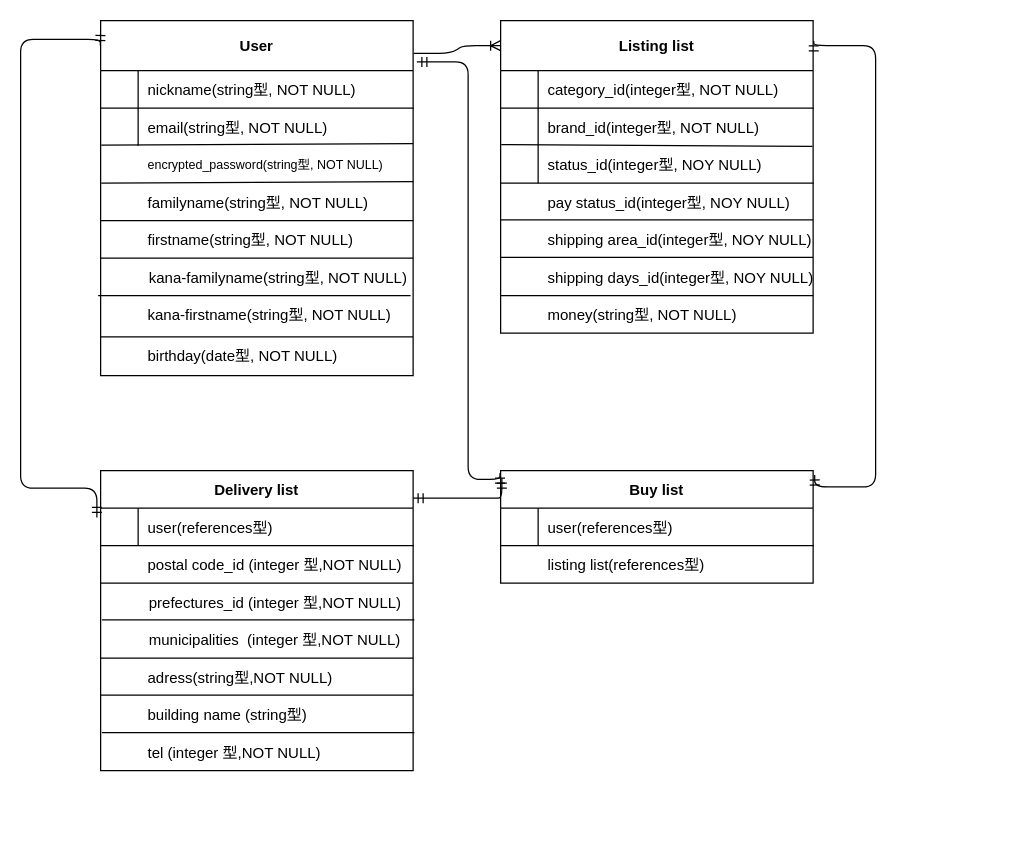
The draw.io diagram 名称未設定ファイル.drawio in Re-OKMT/furima-34736, before the edit. Source tidied: cells renumbered, new cells numbered last; positions are measured from the earlier drawing's top-left corner, leaving out a move shared by most shapes. Both pictures are drawn from the tidied source at 125%, with x=0, y=0 at pixel (20, 20).
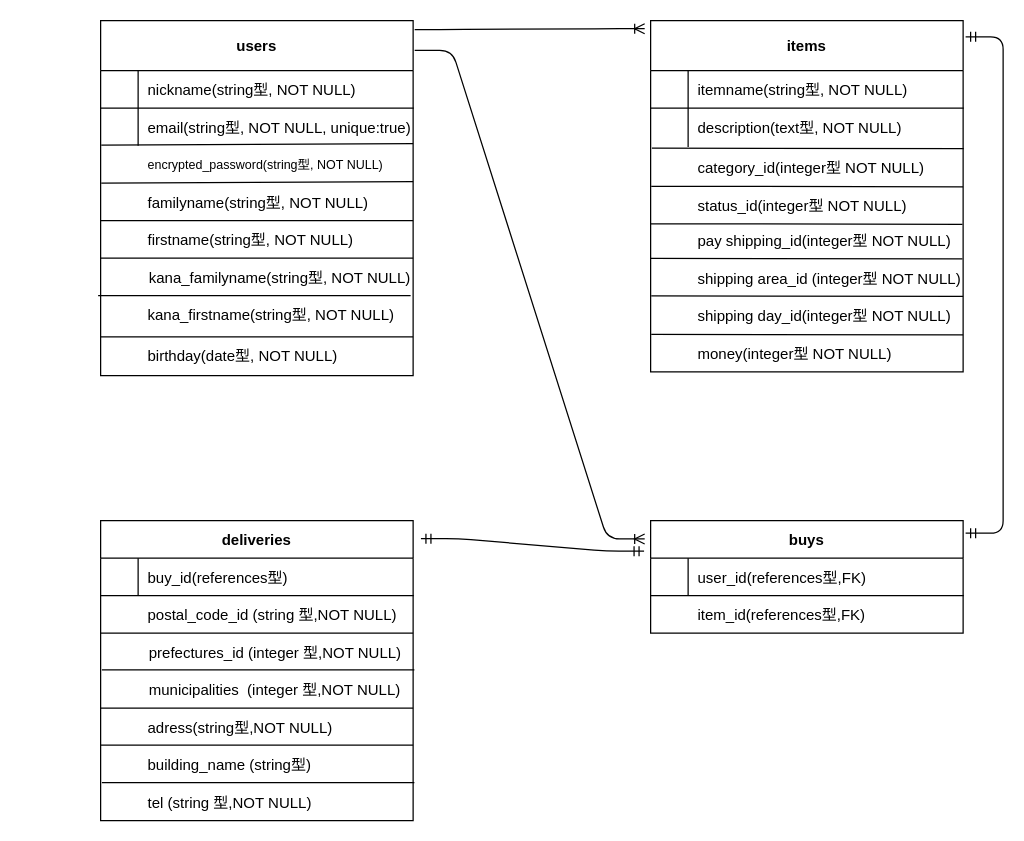
The same diagram, later.

Commit message:
名称未設定ファイル.drawio を更新します

The change refers to these unchanged cells:
```xml
<mxCell id="15" style="shape=partialRectangle;fillColor=none;points=[[0,0.5],[1,0.5]];portConstraint=eastwest;top=0;left=0;right=0;bottom=1;fontStyle=0;" parent="14" vertex="1">
  <mxGeometry y="30" width="250" height="30" as="geometry" />
</mxCell>
<mxCell id="22" style="shape=partialRectangle;fillColor=none;top=0;left=0;right=0;bottom=0;fontStyle=0;" parent="18" vertex="1">
  <mxGeometry y="70" width="250" height="30" as="geometry" />
</mxCell>
```

Diff of the diagram source:
```diff
@@
-    <mxCell id="2" value="Listing list" style="shape=table;startSize=40;childLayout=tableLayout;rowLines=0;fontStyle=1;align=center;" parent="1" vertex="1">
-      <mxGeometry x="384" width="250" height="250" as="geometry" />
-    </mxCell>
-    <mxCell id="3" style="shape=partialRectangle;fillColor=none;top=0;left=0;right=0;bottom=1;" parent="2" vertex="1">
-      <mxGeometry y="40" width="250" height="30" as="geometry" />
-    </mxCell>
-    <mxCell id="4" style="shape=partialRectangle;overflow=hidden;fillColor=none;top=0;left=0;bottom=0;right=0;fontStyle=1;" parent="3" vertex="1">
-      <mxGeometry width="30" height="30" as="geometry" />
-    </mxCell>
-    <mxCell id="5" value="category_id(integer型, NOT NULL)" style="shape=partialRectangle;overflow=hidden;fillColor=none;top=0;left=0;bottom=0;right=0;align=left;spacingLeft=6;fontStyle=0;" parent="3" vertex="1">
-      <mxGeometry x="30" width="220" height="30" as="geometry" />
-    </mxCell>
-    <mxCell id="6" style="shape=partialRectangle;fillColor=none;top=0;left=0;right=0;bottom=0;" parent="2" vertex="1">
-      <mxGeometry y="70" width="250" height="30" as="geometry" />
-    </mxCell>
-    <mxCell id="7" style="shape=partialRectangle;overflow=hidden;fillColor=none;top=0;left=0;bottom=0;right=0;" parent="6" vertex="1">
-      <mxGeometry width="30" height="30" as="geometry" />
-    </mxCell>
-    <mxCell id="8" style="shape=partialRectangle;overflow=hidden;fillColor=none;top=0;left=0;bottom=0;right=0;align=left;spacingLeft=6;" parent="6" vertex="1">
-      <mxGeometry x="30" width="220" height="30" as="geometry" />
-    </mxCell>
-    <mxCell id="9" style="endArrow=none;html=1;entryX=0.998;entryY=0.018;entryDx=0;entryDy=0;entryPerimeter=0;exitX=0.002;exitY=-0.028;exitDx=0;exitDy=0;exitPerimeter=0;" parent="2" edge="1" source="11" target="11">
-      <mxGeometry relative="1" as="geometry" />
-    </mxCell>
-    <mxCell id="10" style="endArrow=none;html=1;" parent="2" edge="1">
-      <mxGeometry relative="1" as="geometry">
-        <mxPoint x="-0.5" y="130" as="sourcePoint" />
-        <mxPoint x="250.5" y="130" as="targetPoint" />
-      </mxGeometry>
-    </mxCell>
-    <mxCell id="11" style="shape=partialRectangle;fillColor=none;points=[[0,0.5],[1,0.5]];portConstraint=eastwest;top=0;left=0;right=0;bottom=0;" parent="2" vertex="1">
-      <mxGeometry y="100" width="250" height="30" as="geometry" />
-    </mxCell>
-    <mxCell id="12" style="shape=partialRectangle;overflow=hidden;fillColor=none;top=0;left=0;bottom=0;right=0;" parent="11" vertex="1">
-      <mxGeometry width="30" height="30" as="geometry" />
-    </mxCell>
-    <mxCell id="13" value="status_id(integer型, NOY NULL)" style="shape=partialRectangle;overflow=hidden;fillColor=none;top=0;left=0;bottom=0;right=0;align=left;spacingLeft=6;" parent="11" vertex="1">
-      <mxGeometry x="30" width="220" height="30" as="geometry" />
-    </mxCell>
-    <mxCell id="14" value="Buy list" style="shape=table;startSize=30;childLayout=tableLayout;rowLines=0;fontStyle=1;align=center;" parent="1" vertex="1">
-      <mxGeometry x="384" y="360" width="250" height="90" as="geometry" />
+    <mxCell id="14" value="buys" style="shape=table;startSize=30;childLayout=tableLayout;rowLines=0;fontStyle=1;align=center;" parent="1" vertex="1">
+      <mxGeometry x="504" y="400" width="250" height="90" as="geometry" />
     </mxCell>
@@
-    <mxCell id="17" value="user(references型)" style="shape=partialRectangle;overflow=hidden;fillColor=none;top=0;left=0;bottom=0;right=0;align=left;spacingLeft=6;fontStyle=0;" parent="15" vertex="1">
+    <mxCell id="17" value="user_id(references型,FK)" style="shape=partialRectangle;overflow=hidden;fillColor=none;top=0;left=0;bottom=0;right=0;align=left;spacingLeft=6;fontStyle=0;" parent="15" vertex="1">
       <mxGeometry x="30" width="220" height="30" as="geometry" />
     </mxCell>
-    <mxCell id="18" value="User" style="shape=table;startSize=40;childLayout=tableLayout;rowLines=0;fontStyle=1;align=center;" parent="1" vertex="1">
+    <mxCell id="18" value="users" style="shape=table;startSize=40;childLayout=tableLayout;rowLines=0;fontStyle=1;align=center;" parent="1" vertex="1">
       <mxGeometry x="64" width="250" height="284" as="geometry" />
     </mxCell>
@@
-    <mxCell id="24" value="email(string型, NOT NULL)" style="shape=partialRectangle;overflow=hidden;fillColor=none;top=0;left=0;bottom=0;right=0;align=left;spacingLeft=6;fontStyle=0;" parent="22" vertex="1">
+    <mxCell id="24" value="email(string型, NOT NULL, unique:true)" style="shape=partialRectangle;overflow=hidden;fillColor=none;top=0;left=0;bottom=0;right=0;align=left;spacingLeft=6;fontStyle=0;" parent="22" vertex="1">
       <mxGeometry x="30" width="220" height="30" as="geometry" />
     </mxCell>
@@
-    <mxCell id="34" value="brand_id(integer型, NOT NULL)" style="shape=partialRectangle;overflow=hidden;fillColor=none;top=0;left=0;bottom=0;right=0;align=left;spacingLeft=6;" parent="1" vertex="1">
-      <mxGeometry x="414" y="70" width="220" height="30" as="geometry" />
-    </mxCell>
-    <mxCell id="35" style="endArrow=none;html=1;" parent="1" edge="1">
-      <mxGeometry relative="1" as="geometry">
-        <mxPoint x="384" y="159.4" as="sourcePoint" />
-        <mxPoint x="634" y="159.4" as="targetPoint" />
-      </mxGeometry>
-    </mxCell>
-    <mxCell id="36" value="money(string型, NOT NULL)" style="shape=partialRectangle;overflow=hidden;fillColor=none;top=0;left=0;bottom=0;right=0;align=left;spacingLeft=6;" parent="1" vertex="1">
-      <mxGeometry x="414" y="220" width="220" height="30" as="geometry" />
-    </mxCell>
-    <mxCell id="37" style="endArrow=none;html=1;" parent="1" edge="1">
-      <mxGeometry relative="1" as="geometry">
-        <mxPoint x="384" y="189.4" as="sourcePoint" />
-        <mxPoint x="634" y="189.4" as="targetPoint" />
-      </mxGeometry>
-    </mxCell>
-    <mxCell id="38" style="edgeStyle=entityRelationEdgeStyle;fontSize=12;html=1;endArrow=ERoneToMany;exitX=1.002;exitY=0.092;exitDx=0;exitDy=0;exitPerimeter=0;" parent="1" edge="1" source="18">
-      <mxGeometry relative="1" as="geometry">
-        <mxPoint x="384" y="20" as="targetPoint" />
-      </mxGeometry>
-    </mxCell>
-    <mxCell id="39" style="endArrow=none;html=1;" parent="1" edge="1">
-      <mxGeometry relative="1" as="geometry">
-        <mxPoint x="384" y="220" as="sourcePoint" />
-        <mxPoint x="634" y="220" as="targetPoint" />
-      </mxGeometry>
-    </mxCell>
-    <mxCell id="40" style="edgeStyle=orthogonalEdgeStyle;fontSize=12;html=1;endArrow=ERmandOne;startArrow=ERmandOne;entryX=1.002;entryY=0.065;entryDx=0;entryDy=0;entryPerimeter=0;exitX=1.005;exitY=0.039;exitDx=0;exitDy=0;exitPerimeter=0;" parent="1" edge="1" source="14" target="2">
-      <mxGeometry relative="1" as="geometry">
-        <Array as="points">
-          <mxPoint x="684" y="373" />
-          <mxPoint x="684" y="20" />
-        </Array>
-      </mxGeometry>
-    </mxCell>
-    <mxCell id="41" value="Delivery list" style="shape=table;startSize=30;childLayout=tableLayout;rowLines=0;fontStyle=1;align=center;" parent="1" vertex="1">
-      <mxGeometry x="64" y="360" width="250" height="240" as="geometry" />
+    <mxCell id="41" value="deliveries" style="shape=table;startSize=30;childLayout=tableLayout;rowLines=0;fontStyle=1;align=center;" parent="1" vertex="1">
+      <mxGeometry x="64" y="400" width="250" height="240" as="geometry" />
     </mxCell>
@@
-    <mxCell id="45" style="edgeStyle=orthogonalEdgeStyle;fontSize=12;html=1;endArrow=ERmandOne;startArrow=ERmandOne;entryX=0.004;entryY=0.067;entryDx=0;entryDy=0;entryPerimeter=0;" parent="1" edge="1" target="14">
-      <mxGeometry relative="1" as="geometry">
-        <mxPoint x="314" y="382" as="sourcePoint" />
-        <Array as="points">
-          <mxPoint x="374" y="382" />
-          <mxPoint x="374" y="382" />
-        </Array>
-      </mxGeometry>
-    </mxCell>
-    <mxCell id="46" style="edgeStyle=orthogonalEdgeStyle;fontSize=12;html=1;endArrow=ERmandOne;startArrow=ERmandOne;entryX=-0.012;entryY=0.156;entryDx=0;entryDy=0;entryPerimeter=0;exitX=-0.001;exitY=0.07;exitDx=0;exitDy=0;exitPerimeter=0;" parent="1" edge="1" source="18" target="41">
-      <mxGeometry relative="1" as="geometry">
-        <Array as="points">
-          <mxPoint y="15" />
-          <mxPoint y="374" />
-        </Array>
-      </mxGeometry>
-    </mxCell>
-    <mxCell id="47" style="edgeStyle=orthogonalEdgeStyle;fontSize=12;html=1;endArrow=ERmandOne;startArrow=ERmandOne;entryX=-0.002;entryY=0.022;entryDx=0;entryDy=0;entryPerimeter=0;" parent="1" edge="1" target="14">
-      <mxGeometry relative="1" as="geometry">
-        <mxPoint x="317" y="33" as="sourcePoint" />
-        <Array as="points">
-          <mxPoint x="358" y="33" />
-          <mxPoint x="358" y="367" />
-        </Array>
-      </mxGeometry>
-    </mxCell>
-    <mxCell id="48" value="user(references型)" style="shape=partialRectangle;overflow=hidden;fillColor=none;top=0;left=0;bottom=0;right=0;align=left;spacingLeft=6;fontStyle=0;" parent="1" vertex="1">
-      <mxGeometry x="94" y="390" width="220" height="30" as="geometry" />
+    <mxCell id="48" value="buy_id(references型)" style="shape=partialRectangle;overflow=hidden;fillColor=none;top=0;left=0;bottom=0;right=0;align=left;spacingLeft=6;fontStyle=0;" parent="1" vertex="1">
+      <mxGeometry x="94" y="430" width="220" height="30" as="geometry" />
     </mxCell>
     <mxCell id="49" value="adress(string型,NOT NULL)" style="shape=partialRectangle;overflow=hidden;fillColor=none;top=0;left=0;bottom=0;right=0;align=left;spacingLeft=6;fontSize=12;fontStyle=0;" parent="1" vertex="1">
-      <mxGeometry x="94" y="510" width="220" height="30" as="geometry" />
+      <mxGeometry x="94" y="550" width="220" height="30" as="geometry" />
     </mxCell>
-    <mxCell id="50" value="kana-firstname(string型, NOT NULL)" style="shape=partialRectangle;overflow=hidden;fillColor=none;top=0;left=0;bottom=0;right=0;align=left;spacingLeft=6;fontStyle=0;" parent="1" vertex="1">
+    <mxCell id="50" value="kana_firstname(string型, NOT NULL)" style="shape=partialRectangle;overflow=hidden;fillColor=none;top=0;left=0;bottom=0;right=0;align=left;spacingLeft=6;fontStyle=0;" parent="1" vertex="1">
       <mxGeometry x="94" y="220" width="220" height="30" as="geometry" />
     </mxCell>
@@
-    <mxCell id="52" value="kana-familyname(string型, NOT NULL)" style="shape=partialRectangle;overflow=hidden;fillColor=none;top=0;left=0;bottom=0;right=0;align=left;spacingLeft=6;fontStyle=0;" parent="1" vertex="1">
+    <mxCell id="52" value="kana_familyname(string型, NOT NULL)" style="shape=partialRectangle;overflow=hidden;fillColor=none;top=0;left=0;bottom=0;right=0;align=left;spacingLeft=6;fontStyle=0;" parent="1" vertex="1">
       <mxGeometry x="95" y="190" width="220" height="30" as="geometry" />
     </mxCell>
@@
     <mxCell id="54" style="endArrow=none;html=1;fontSize=12;fontStyle=0;" parent="1" edge="1">
       <mxGeometry relative="1" as="geometry">
-        <mxPoint x="64" y="450" as="sourcePoint" />
-        <mxPoint x="314" y="450" as="targetPoint" />
+        <mxPoint x="64" y="490" as="sourcePoint" />
+        <mxPoint x="314" y="490" as="targetPoint" />
       </mxGeometry>
     </mxCell>
-    <mxCell id="55" value="postal code_id (integer  型,NOT NULL)" style="shape=partialRectangle;overflow=hidden;fillColor=none;top=0;left=0;bottom=0;right=0;align=left;spacingLeft=6;fontStyle=0;fontSize=12;" parent="1" vertex="1">
-      <mxGeometry x="94" y="420" width="220" height="30" as="geometry" />
+    <mxCell id="55" value="postal_code_id (string 型,NOT NULL)" style="shape=partialRectangle;overflow=hidden;fillColor=none;top=0;left=0;bottom=0;right=0;align=left;spacingLeft=6;fontStyle=0;fontSize=12;" parent="1" vertex="1">
+      <mxGeometry x="94" y="460" width="220" height="30" as="geometry" />
     </mxCell>
     <mxCell id="56" value="prefectures_id (integer  型,NOT NULL)" style="shape=partialRectangle;overflow=hidden;fillColor=none;top=0;left=0;bottom=0;right=0;align=left;spacingLeft=6;fontStyle=0;fontSize=12;" parent="1" vertex="1">
-      <mxGeometry x="95" y="450" width="220" height="30" as="geometry" />
+      <mxGeometry x="95" y="490" width="220" height="30" as="geometry" />
     </mxCell>
     <mxCell id="57" style="endArrow=none;html=1;fontSize=12;fontStyle=0;" parent="1" edge="1">
       <mxGeometry relative="1" as="geometry">
-        <mxPoint x="65" y="479.3" as="sourcePoint" />
-        <mxPoint x="315" y="479.3" as="targetPoint" />
+        <mxPoint x="65" y="519.3" as="sourcePoint" />
+        <mxPoint x="315" y="519.3" as="targetPoint" />
       </mxGeometry>
     </mxCell>
     <mxCell id="58" value="municipalities   (integer  型,NOT NULL)" style="shape=partialRectangle;overflow=hidden;fillColor=none;top=0;left=0;bottom=0;right=0;align=left;spacingLeft=6;fontStyle=0;fontSize=12;" parent="1" vertex="1">
-      <mxGeometry x="95" y="480" width="220" height="30" as="geometry" />
+      <mxGeometry x="95" y="520" width="220" height="30" as="geometry" />
     </mxCell>
     <mxCell id="59" style="endArrow=none;html=1;fontSize=12;fontStyle=0;" parent="1" edge="1">
       <mxGeometry relative="1" as="geometry">
-        <mxPoint x="64" y="510" as="sourcePoint" />
-        <mxPoint x="314" y="510" as="targetPoint" />
+        <mxPoint x="64" y="550" as="sourcePoint" />
+        <mxPoint x="314" y="550" as="targetPoint" />
       </mxGeometry>
     </mxCell>
     <mxCell id="60" style="endArrow=none;html=1;fontSize=12;fontStyle=0;" parent="1" edge="1">
       <mxGeometry relative="1" as="geometry">
-        <mxPoint x="64" y="539.5" as="sourcePoint" />
-        <mxPoint x="314" y="539.5" as="targetPoint" />
+        <mxPoint x="64" y="579.5" as="sourcePoint" />
+        <mxPoint x="314" y="579.5" as="targetPoint" />
       </mxGeometry>
     </mxCell>
-    <mxCell id="61" value="building name (string型)" style="shape=partialRectangle;overflow=hidden;fillColor=none;top=0;left=0;bottom=0;right=0;align=left;spacingLeft=6;fontSize=12;fontStyle=0;" parent="1" vertex="1">
-      <mxGeometry x="94" y="540" width="220" height="30" as="geometry" />
+    <mxCell id="61" value="building_name (string型)" style="shape=partialRectangle;overflow=hidden;fillColor=none;top=0;left=0;bottom=0;right=0;align=left;spacingLeft=6;fontSize=12;fontStyle=0;" parent="1" vertex="1">
+      <mxGeometry x="94" y="580" width="220" height="30" as="geometry" />
     </mxCell>
     <mxCell id="62" style="endArrow=none;html=1;fontSize=12;fontStyle=0;" parent="1" edge="1">
       <mxGeometry relative="1" as="geometry">
-        <mxPoint x="65" y="569.5" as="sourcePoint" />
-        <mxPoint x="315" y="569.5" as="targetPoint" />
+        <mxPoint x="65" y="609.5" as="sourcePoint" />
+        <mxPoint x="315" y="609.5" as="targetPoint" />
       </mxGeometry>
     </mxCell>
-    <mxCell id="63" value="tel (integer 型,NOT NULL)" style="shape=partialRectangle;overflow=hidden;fillColor=none;top=0;left=0;bottom=0;right=0;align=left;spacingLeft=6;fontSize=12;fontStyle=0;" parent="1" vertex="1">
-      <mxGeometry x="94" y="570" width="220" height="30" as="geometry" />
+    <mxCell id="63" value="tel (string 型,NOT NULL)" style="shape=partialRectangle;overflow=hidden;fillColor=none;top=0;left=0;bottom=0;right=0;align=left;spacingLeft=6;fontSize=12;fontStyle=0;" parent="1" vertex="1">
+      <mxGeometry x="94" y="610" width="220" height="30" as="geometry" />
     </mxCell>
-    <mxCell id="64" value="pay status_id(integer型, NOY NULL)" style="shape=partialRectangle;overflow=hidden;fillColor=none;top=0;left=0;bottom=0;right=0;align=left;spacingLeft=6;" parent="1" vertex="1">
-      <mxGeometry x="414" y="130" width="220" height="30" as="geometry" />
-    </mxCell>
-    <mxCell id="65" value="shipping area_id(integer型, NOY NULL)" style="shape=partialRectangle;overflow=hidden;fillColor=none;top=0;left=0;bottom=0;right=0;align=left;spacingLeft=6;" parent="1" vertex="1">
-      <mxGeometry x="414" y="160" width="220" height="30" as="geometry" />
-    </mxCell>
-    <mxCell id="66" value="shipping days_id(integer型, NOY NULL)" style="shape=partialRectangle;overflow=hidden;fillColor=none;top=0;left=0;bottom=0;right=0;align=left;spacingLeft=6;" parent="1" vertex="1">
-      <mxGeometry x="414" y="190" width="220" height="30" as="geometry" />
-    </mxCell>
-    <mxCell id="67" value="listing list(references型)" style="shape=partialRectangle;overflow=hidden;fillColor=none;top=0;left=0;bottom=0;right=0;align=left;spacingLeft=6;fontStyle=0;" parent="1" vertex="1">
-      <mxGeometry x="414" y="420" width="220" height="30" as="geometry" />
+    <mxCell id="67" value="item_id(references型,FK)" style="shape=partialRectangle;overflow=hidden;fillColor=none;top=0;left=0;bottom=0;right=0;align=left;spacingLeft=6;fontStyle=0;" parent="1" vertex="1">
+      <mxGeometry x="534" y="460" width="220" height="30" as="geometry" />
     </mxCell>
+    <mxCell id="68" value="items" style="shape=table;startSize=40;childLayout=tableLayout;rowLines=0;fontStyle=1;align=center;" parent="1" vertex="1">
+      <mxGeometry x="504" width="250" height="281" as="geometry" />
+    </mxCell>
+    <mxCell id="3" style="shape=partialRectangle;fillColor=none;top=0;left=0;right=0;bottom=1;" parent="68" vertex="1">
+      <mxGeometry y="40" width="250" height="30" as="geometry" />
+    </mxCell>
+    <mxCell id="4" style="shape=partialRectangle;overflow=hidden;fillColor=none;top=0;left=0;bottom=0;right=0;fontStyle=1;" parent="3" vertex="1">
+      <mxGeometry width="30" height="30" as="geometry" />
+    </mxCell>
+    <mxCell id="69" value="itemname(string型, NOT NULL)" style="shape=partialRectangle;overflow=hidden;fillColor=none;top=0;left=0;bottom=0;right=0;align=left;spacingLeft=6;fontStyle=0;" parent="3" vertex="1">
+      <mxGeometry x="30" width="220" height="30" as="geometry" />
+    </mxCell>
+    <mxCell id="70" style="endArrow=none;html=1;entryX=1.002;entryY=1.044;entryDx=0;entryDy=0;entryPerimeter=0;fontStyle=0;" parent="68" edge="1" target="71">
+      <mxGeometry relative="1" as="geometry">
+        <mxPoint x="1" y="102" as="sourcePoint" />
+      </mxGeometry>
+    </mxCell>
+    <mxCell id="71" style="shape=partialRectangle;fillColor=none;points=[[0,0.5],[1,0.5]];portConstraint=eastwest;top=0;left=0;right=0;bottom=0;fontStyle=0;" parent="68" vertex="1">
+      <mxGeometry y="70" width="250" height="31" as="geometry" />
+    </mxCell>
+    <mxCell id="72" style="shape=partialRectangle;overflow=hidden;fillColor=none;top=0;left=0;bottom=0;right=0;fontStyle=0;" parent="71" vertex="1">
+      <mxGeometry width="30" height="31" as="geometry" />
+    </mxCell>
+    <mxCell id="73" value="description(text型, NOT NULL)" style="shape=partialRectangle;overflow=hidden;fillColor=none;top=0;left=0;bottom=0;right=0;align=left;spacingLeft=6;fontStyle=0;" parent="71" vertex="1">
+      <mxGeometry x="30" width="220" height="31" as="geometry" />
+    </mxCell>
+    <mxCell id="74" value="category_id(integer型 NOT NULL)" style="shape=partialRectangle;overflow=hidden;fillColor=none;top=0;left=0;bottom=0;right=0;align=left;spacingLeft=6;fontStyle=0;" parent="1" vertex="1">
+      <mxGeometry x="534" y="102.5" width="220" height="30" as="geometry" />
+    </mxCell>
+    <mxCell id="75" style="endArrow=none;html=1;entryX=1.002;entryY=1.044;entryDx=0;entryDy=0;entryPerimeter=0;fontStyle=0;" parent="1" edge="1">
+      <mxGeometry relative="1" as="geometry">
+        <mxPoint x="504.5" y="132.5" as="sourcePoint" />
+        <mxPoint x="754" y="132.9" as="targetPoint" />
+      </mxGeometry>
+    </mxCell>
+    <mxCell id="76" value="status_id(integer型 NOT NULL)" style="shape=partialRectangle;overflow=hidden;fillColor=none;top=0;left=0;bottom=0;right=0;align=left;spacingLeft=6;fontStyle=0;" parent="1" vertex="1">
+      <mxGeometry x="534" y="132.5" width="220" height="30" as="geometry" />
+    </mxCell>
+    <mxCell id="77" style="endArrow=none;html=1;entryX=1.002;entryY=1.044;entryDx=0;entryDy=0;entryPerimeter=0;fontStyle=0;" parent="1" edge="1">
+      <mxGeometry relative="1" as="geometry">
+        <mxPoint x="504" y="162.5" as="sourcePoint" />
+        <mxPoint x="753.5" y="162.9" as="targetPoint" />
+      </mxGeometry>
+    </mxCell>
+    <mxCell id="78" value="pay shipping_id(integer型 NOT NULL)" style="shape=partialRectangle;overflow=hidden;fillColor=none;top=0;left=0;bottom=0;right=0;align=left;spacingLeft=6;fontStyle=0;" parent="1" vertex="1">
+      <mxGeometry x="534" y="161" width="220" height="30" as="geometry" />
+    </mxCell>
+    <mxCell id="79" style="endArrow=none;html=1;entryX=1.002;entryY=1.044;entryDx=0;entryDy=0;entryPerimeter=0;fontStyle=0;" parent="1" edge="1">
+      <mxGeometry relative="1" as="geometry">
+        <mxPoint x="504" y="190.2" as="sourcePoint" />
+        <mxPoint x="753.5" y="190.5" as="targetPoint" />
+      </mxGeometry>
+    </mxCell>
+    <mxCell id="80" value="shipping area_id (integer型 NOT NULL)" style="shape=partialRectangle;overflow=hidden;fillColor=none;top=0;left=0;bottom=0;right=0;align=left;spacingLeft=6;fontStyle=0;" parent="1" vertex="1">
+      <mxGeometry x="534" y="191" width="220" height="30" as="geometry" />
+    </mxCell>
+    <mxCell id="81" value="shipping day_id(integer型 NOT NULL)" style="shape=partialRectangle;overflow=hidden;fillColor=none;top=0;left=0;bottom=0;right=0;align=left;spacingLeft=6;fontStyle=0;" parent="1" vertex="1">
+      <mxGeometry x="534" y="221" width="220" height="30" as="geometry" />
+    </mxCell>
+    <mxCell id="82" style="endArrow=none;html=1;entryX=1.002;entryY=1.044;entryDx=0;entryDy=0;entryPerimeter=0;fontStyle=0;" parent="1" edge="1">
+      <mxGeometry relative="1" as="geometry">
+        <mxPoint x="504.5" y="220.2" as="sourcePoint" />
+        <mxPoint x="754" y="220.5" as="targetPoint" />
+      </mxGeometry>
+    </mxCell>
+    <mxCell id="83" style="endArrow=none;html=1;entryX=1.002;entryY=1.044;entryDx=0;entryDy=0;entryPerimeter=0;fontStyle=0;" parent="1" edge="1">
+      <mxGeometry relative="1" as="geometry">
+        <mxPoint x="504.5" y="251" as="sourcePoint" />
+        <mxPoint x="754" y="251.4" as="targetPoint" />
+      </mxGeometry>
+    </mxCell>
+    <mxCell id="84" value="money(integer型 NOT NULL)" style="shape=partialRectangle;overflow=hidden;fillColor=none;top=0;left=0;bottom=0;right=0;align=left;spacingLeft=6;fontStyle=0;" parent="1" vertex="1">
+      <mxGeometry x="534" y="251" width="220" height="30" as="geometry" />
+    </mxCell>
+    <mxCell id="85" style="edgeStyle=entityRelationEdgeStyle;fontSize=12;html=1;endArrow=ERoneToMany;exitX=1.005;exitY=0.025;exitDx=0;exitDy=0;exitPerimeter=0;entryX=-0.019;entryY=0.023;entryDx=0;entryDy=0;entryPerimeter=0;" parent="1" edge="1" source="18" target="68">
+      <mxGeometry relative="1" as="geometry" />
+    </mxCell>
+    <mxCell id="86" style="edgeStyle=entityRelationEdgeStyle;fontSize=12;html=1;endArrow=ERoneToMany;exitX=1.005;exitY=0.084;exitDx=0;exitDy=0;exitPerimeter=0;entryX=-0.019;entryY=0.163;entryDx=0;entryDy=0;entryPerimeter=0;" parent="1" edge="1" source="18" target="14">
+      <mxGeometry relative="1" as="geometry" />
+    </mxCell>
+    <mxCell id="87" style="edgeStyle=entityRelationEdgeStyle;fontSize=12;html=1;endArrow=ERmandOne;startArrow=ERmandOne;entryX=1.008;entryY=0.046;entryDx=0;entryDy=0;entryPerimeter=0;" parent="1" edge="1" target="68">
+      <mxGeometry relative="1" as="geometry">
+        <mxPoint x="756" y="410" as="sourcePoint" />
+      </mxGeometry>
+    </mxCell>
+    <mxCell id="88" style="edgeStyle=entityRelationEdgeStyle;fontSize=12;html=1;endArrow=ERmandOne;startArrow=ERmandOne;entryX=-0.021;entryY=-0.186;entryDx=0;entryDy=0;entryPerimeter=0;exitX=1.025;exitY=0.06;exitDx=0;exitDy=0;exitPerimeter=0;" parent="1" edge="1" source="41" target="15">
+      <mxGeometry relative="1" as="geometry" />
+    </mxCell>
```
